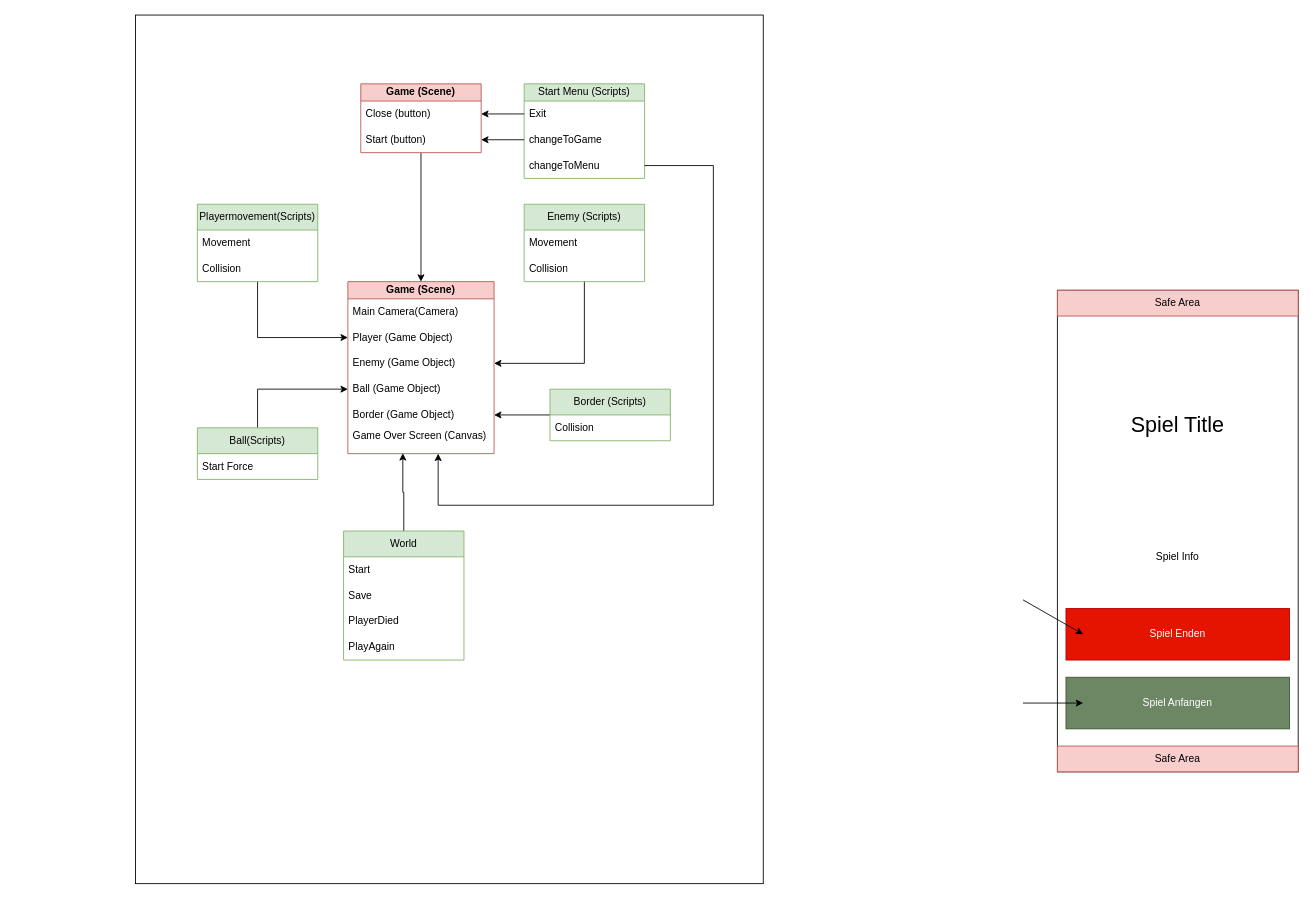
Above: Documentation/Unity UML.drawio in eliasrk/Project-335 (draw.io), before the change. Source tidied: cells renumbered, new cells numbered last; positions are measured from the earlier drawing's top-left corner, leaving out a move shared by most shapes. Both pictures are drawn from the tidied source at 86%, with x=0, y=0 at pixel (135, 15).
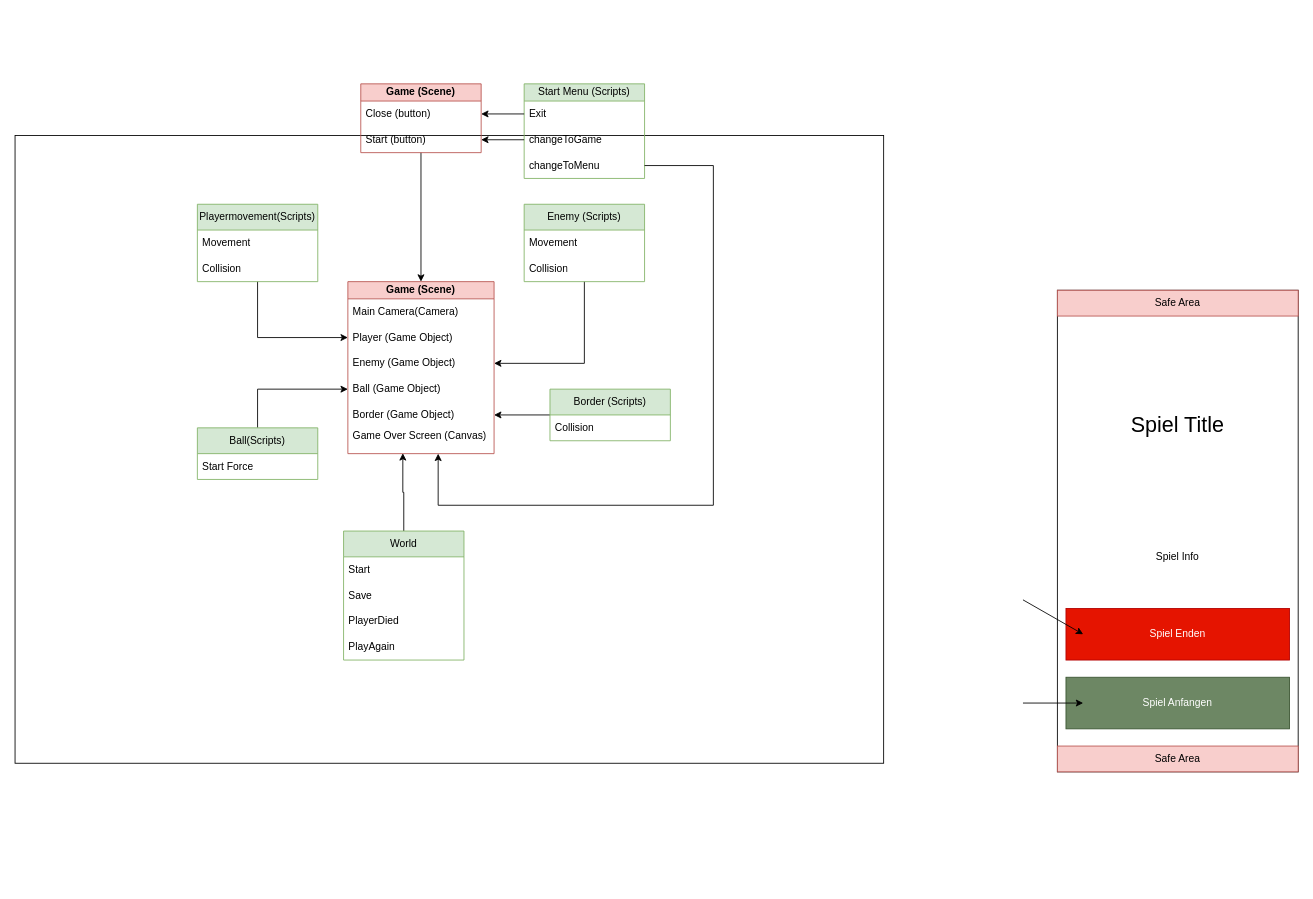
The same page after the edit.

Change to the diagram source:
```diff
@@
-    <mxCell id="2" style="rounded=0;whiteSpace=wrap;html=1;" parent="1" vertex="1">
-      <mxGeometry width="730" height="1010" as="geometry" />
+    <mxCell id="2" style="rounded=0;whiteSpace=wrap;html=1;direction=south;" parent="1" vertex="1">
+      <mxGeometry x="-140" y="140" width="1010" height="730" as="geometry" />
     </mxCell>
```
